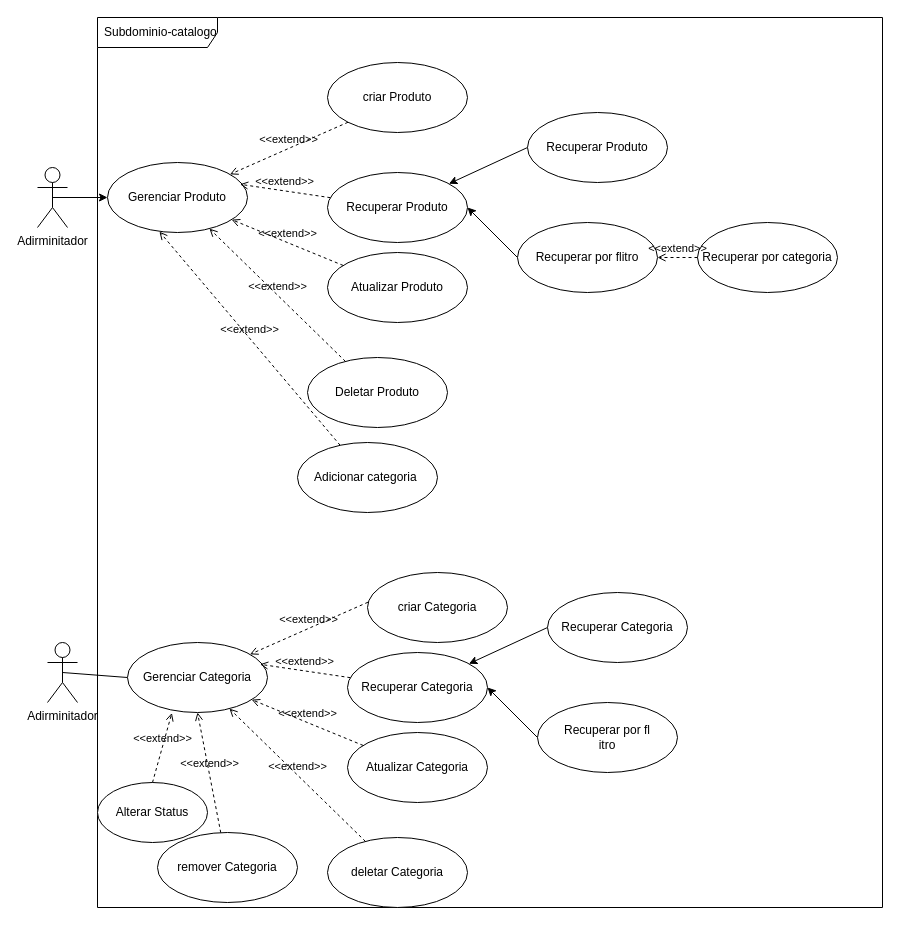
JoaoVitorHipolito/ecommerce-node-api keeps this draw.io diagram as page "Subdominio-catalogo" (2 of 2) of requirements/ecommerce-use-case.drawio. Above is the earlier version. Source tidied: cells renumbered, new cells numbered last; positions are measured from the earlier drawing's top-left corner, leaving out a move shared by most shapes. Both pictures are drawn from the tidied source at 100%, with x=0, y=0 at pixel (37, 17).
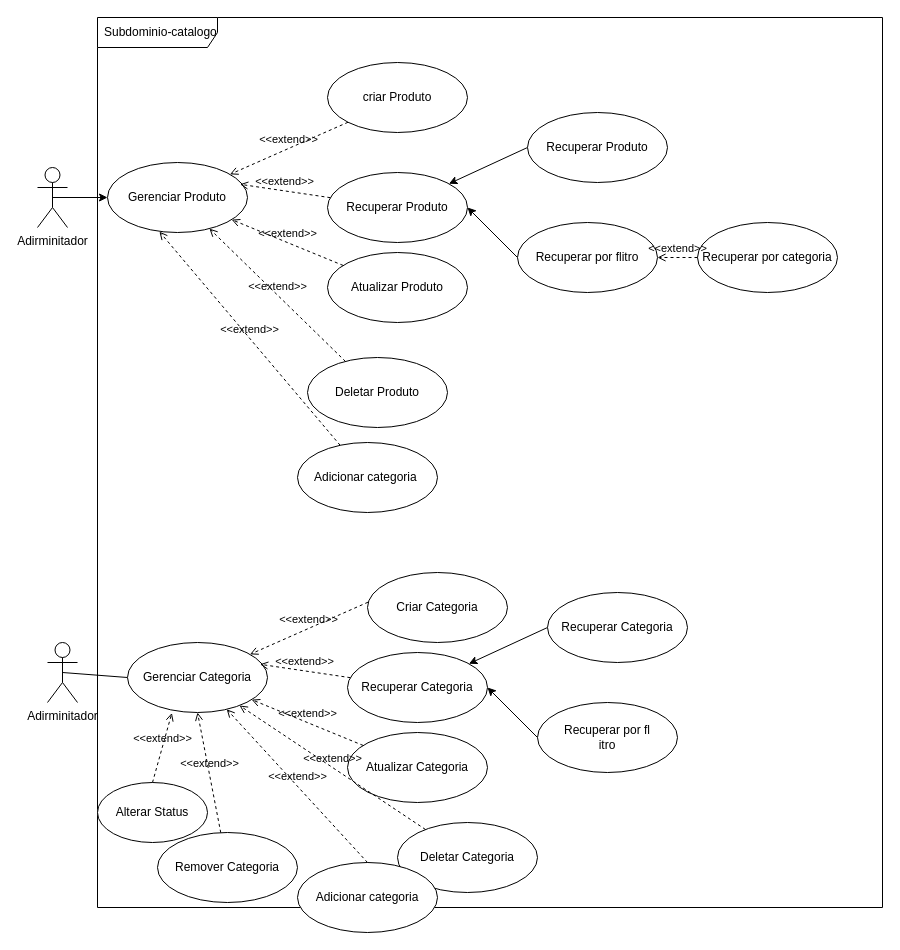
Above is the later version.

The change refers to these unchanged cells:
```xml
<mxCell id="5" value="Gerenciar Categoria" style="ellipse;whiteSpace=wrap;html=1;" parent="1" vertex="1">
  <mxGeometry x="90" y="625" width="140" height="70" as="geometry" />
</mxCell>
```

What changed in the source:
```diff
@@
-    <mxCell id="8" value="criar Categoria" style="ellipse;whiteSpace=wrap;html=1;" parent="1" vertex="1">
+    <mxCell id="8" value="Criar Categoria" style="ellipse;whiteSpace=wrap;html=1;" parent="1" vertex="1">
       <mxGeometry x="330" y="555" width="140" height="70" as="geometry" />
     </mxCell>
-    <mxCell id="9" value="deletar Categoria" style="ellipse;whiteSpace=wrap;html=1;" parent="1" vertex="1">
-      <mxGeometry x="290" y="820" width="140" height="70" as="geometry" />
+    <mxCell id="9" value="Deletar Categoria" style="ellipse;whiteSpace=wrap;html=1;" parent="1" vertex="1">
+      <mxGeometry x="360" y="805" width="140" height="70" as="geometry" />
     </mxCell>
@@
-    <mxCell id="37" value="remover Categoria" style="ellipse;whiteSpace=wrap;html=1;" parent="1" vertex="1">
+    <mxCell id="37" value="Remover Categoria" style="ellipse;whiteSpace=wrap;html=1;" parent="1" vertex="1">
       <mxGeometry x="120" y="815" width="140" height="70" as="geometry" />
     </mxCell>
@@
+    <mxCell id="41" value="Adicionar categoria" style="ellipse;whiteSpace=wrap;html=1;" parent="1" vertex="1">
+      <mxGeometry x="260" y="845" width="140" height="70" as="geometry" />
+    </mxCell>
+    <mxCell id="42" value="&amp;lt;&amp;lt;extend&amp;gt;&amp;gt;" style="html=1;verticalAlign=bottom;labelBackgroundColor=none;endArrow=open;endFill=0;dashed=1;exitX=0.5;exitY=0;exitDx=0;exitDy=0;" parent="1" edge="1" source="41" target="5">
+      <mxGeometry relative="1" as="geometry" />
+    </mxCell>
```
